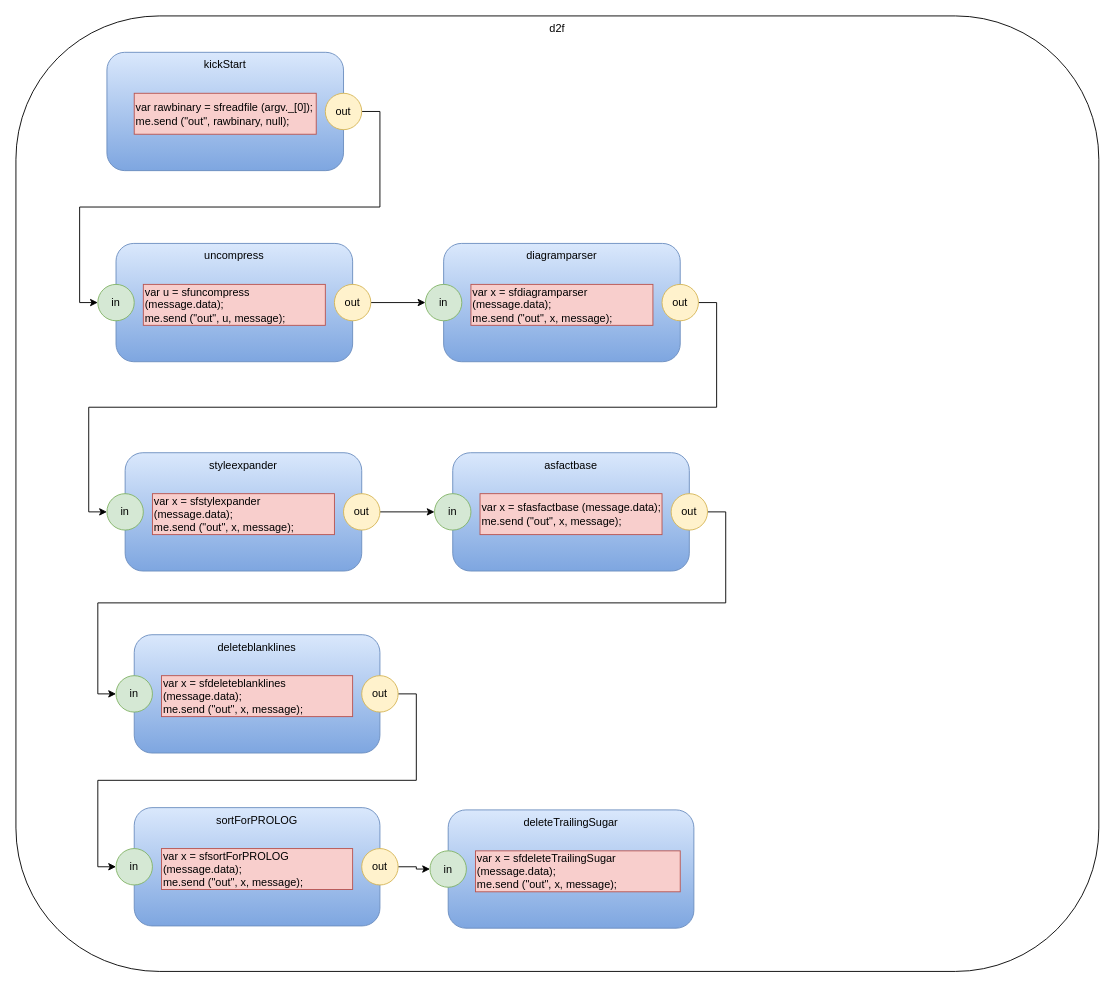
Above: d2f.drawio in guitarvydas/d2json (draw.io), before the change. Source tidied: cells renumbered, new cells numbered last; positions are measured from the earlier drawing's top-left corner, leaving out a move shared by most shapes. Both pictures are drawn from the tidied source at 91%, with x=0, y=0 at pixel (15, 15).
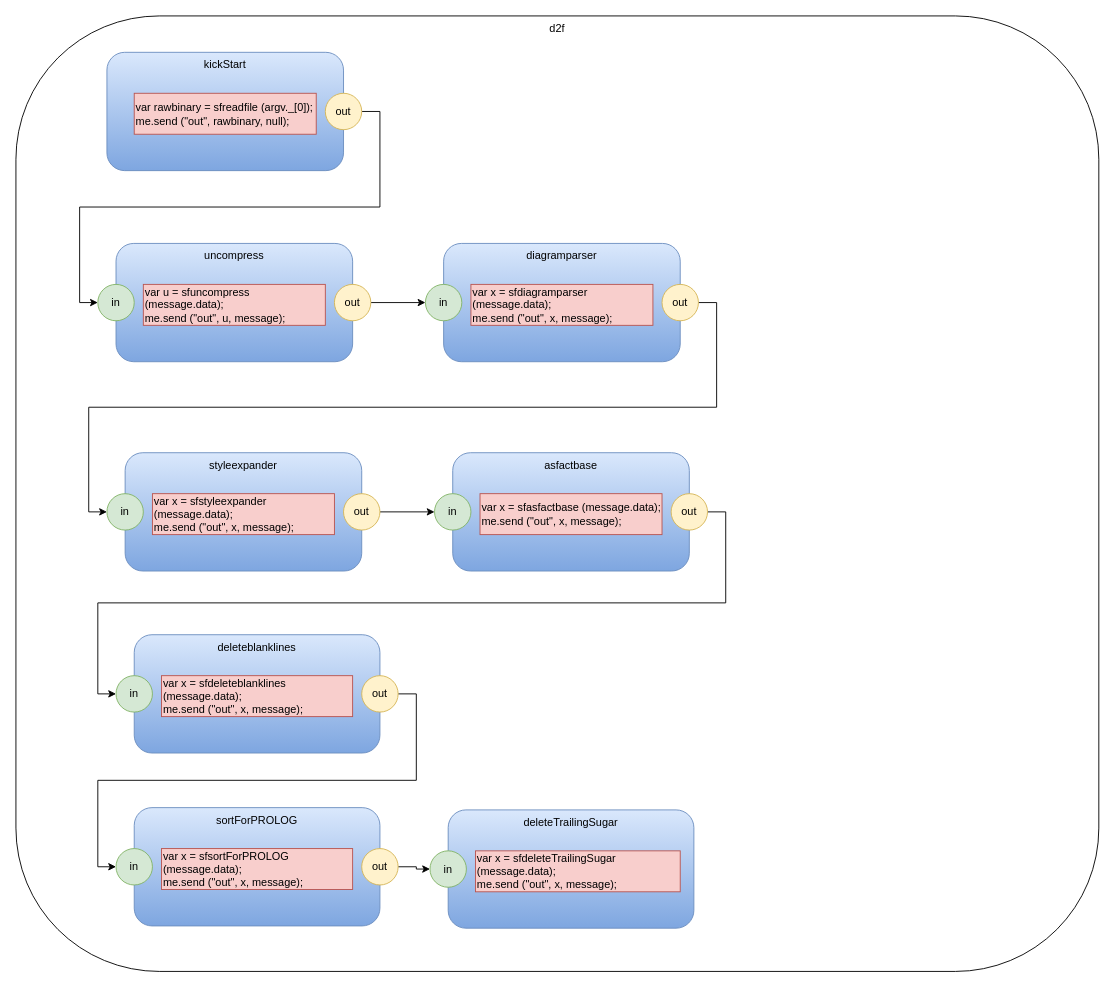
The same diagram, later.

Change to the diagram source:
```diff
@@
-    <mxCell id="14" value="var x = sfstylexpander (message.data);&lt;br&gt;me.send (&quot;out&quot;, x, message);&lt;br&gt;&lt;div&gt;&lt;/div&gt;" style="rounded=0;whiteSpace=wrap;html=1;fillColor=#f8cecc;strokeColor=#b85450;align=left;" parent="1" vertex="1">
+    <mxCell id="14" value="var x = sfstyleexpander (message.data);&lt;br&gt;me.send (&quot;out&quot;, x, message);&lt;br&gt;&lt;div&gt;&lt;/div&gt;" style="rounded=0;whiteSpace=wrap;html=1;fillColor=#f8cecc;strokeColor=#b85450;align=left;" parent="1" vertex="1">
       <mxGeometry x="150" y="525" width="200" height="45" as="geometry" />
     </mxCell>
```
